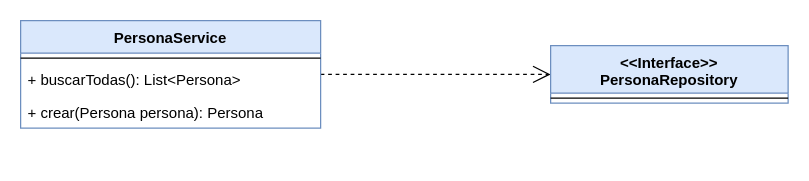
Above: page "Clases" (2 of 2) of doc/diseño.drawio in juliomachillanda1/personas (draw.io), before the change. Source tidied: cells renumbered, new cells numbered last; positions are measured from the earlier drawing's top-left corner, leaving out a move shared by most shapes. Both pictures are drawn from the tidied source at 125%, with x=0, y=0 at pixel (20, 20).
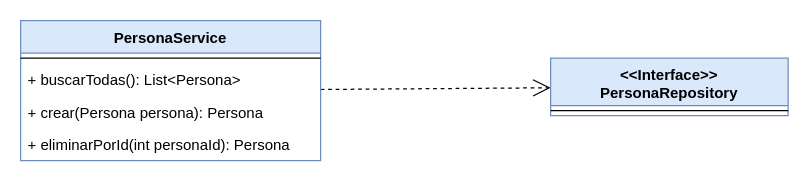
The same page after the edit.

Change to the diagram source:
```diff
@@
 <mxGraphModel>
   <root>
     <mxCell id="0" />
     <mxCell id="1" parent="0" />
     <mxCell id="2" value="Use" style="endArrow=open;endSize=12;dashed=1;html=1;noLabel=1;fontColor=none;" parent="1" edge="1" source="3" target="7">
       <mxGeometry relative="1" as="geometry" />
     </mxCell>
     <mxCell id="3" value="PersonaService" style="swimlane;fontStyle=1;align=center;verticalAlign=top;horizontal=1;startSize=26;fillColor=#dae8fc;strokeColor=#6c8ebf;" parent="1" vertex="1">
-      <mxGeometry width="240" height="86" as="geometry" />
+      <mxGeometry width="240" height="112" as="geometry" />
     </mxCell>
     <mxCell id="4" style="line;strokeWidth=1;fillColor=none;align=left;verticalAlign=middle;spacingTop=-1;spacingLeft=3;spacingRight=3;labelPosition=right;" parent="3" vertex="1">
       <mxGeometry y="26" width="240" height="8" as="geometry" />
     </mxCell>
     <mxCell id="5" value="+ buscarTodas(): List&lt;Persona&gt;" style="text;strokeColor=none;fillColor=none;align=left;verticalAlign=top;spacingLeft=4;spacingRight=4;overflow=hidden;" parent="3" vertex="1">
       <mxGeometry y="34" width="240" height="26" as="geometry" />
     </mxCell>
     <mxCell id="6" value="+ crear(Persona persona): Persona" style="text;strokeColor=none;fillColor=none;align=left;verticalAlign=top;spacingLeft=4;spacingRight=4;overflow=hidden;" parent="3" vertex="1">
       <mxGeometry y="60" width="240" height="26" as="geometry" />
     </mxCell>
+    <mxCell id="9" value="+ eliminarPorId(int personaId): Persona" style="text;strokeColor=none;fillColor=none;align=left;verticalAlign=top;spacingLeft=4;spacingRight=4;overflow=hidden;" parent="3" vertex="1">
+      <mxGeometry y="86" width="240" height="26" as="geometry" />
+    </mxCell>
     <mxCell id="7" value="&lt;&lt;Interface&gt;&gt;&#10;PersonaRepository" style="swimlane;fontStyle=1;align=center;verticalAlign=top;horizontal=1;startSize=38;fillColor=#dae8fc;strokeColor=#6c8ebf;" parent="1" vertex="1">
-      <mxGeometry x="424" y="20" width="190" height="46" as="geometry" />
+      <mxGeometry x="424" y="30" width="190" height="46" as="geometry" />
     </mxCell>
     <mxCell id="8" style="line;strokeWidth=1;fillColor=none;align=left;verticalAlign=middle;spacingTop=-1;spacingLeft=3;spacingRight=3;labelPosition=right;" parent="7" vertex="1">
       <mxGeometry y="38" width="190" height="8" as="geometry" />
     </mxCell>
   </root>
 </mxGraphModel>
```
